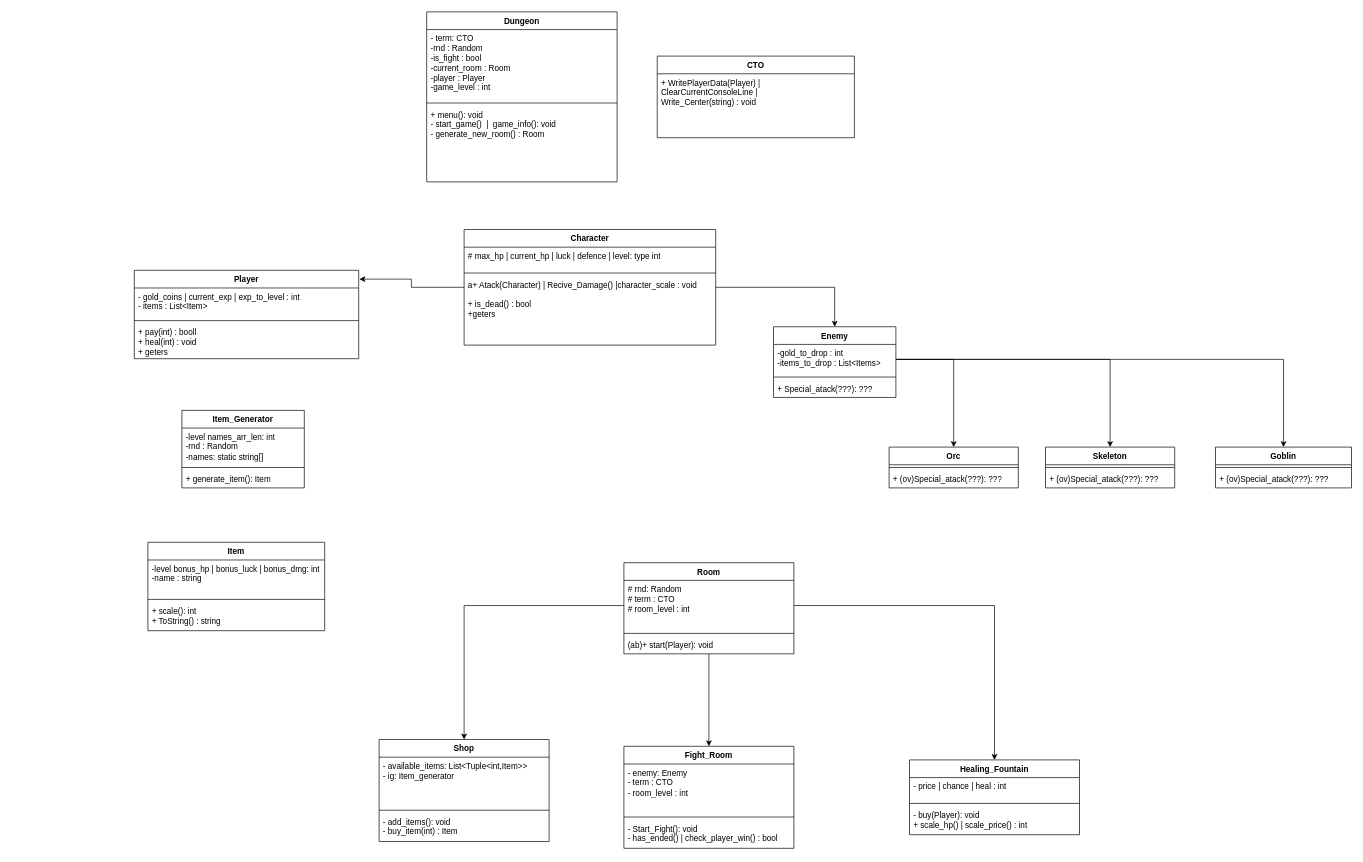
The draw.io diagram Diagram_klas/DE_struktura_klas.drawio in Antonekk/Dungeon-Explorer, before the edit. Source tidied: cells renumbered, new cells numbered last; positions are measured from the earlier drawing's top-left corner, leaving out a move shared by most shapes. Both pictures are drawn from the tidied source at 68%, with x=0, y=0 at pixel (134, 12).
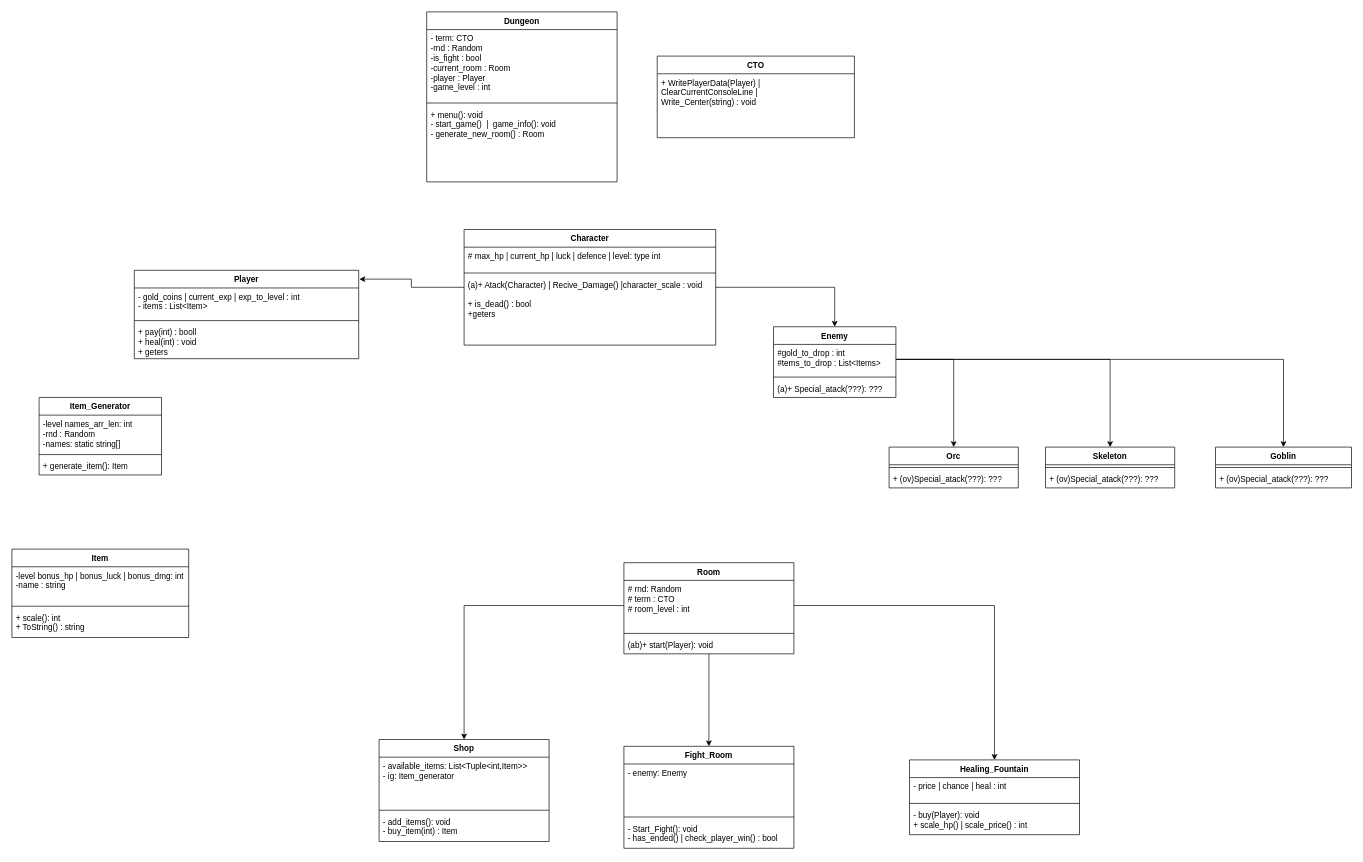
Above is the later version.

Unchanged cells that the change refers to:
```xml
<mxCell id="4" value="Character" style="swimlane;fontStyle=1;align=center;verticalAlign=top;horizontal=1;startSize=26;whiteSpace=wrap;html=1;" parent="1" vertex="1">
  <mxGeometry x="485" y="320" width="370" height="170" as="geometry" />
</mxCell>
<mxCell id="12" value="Enemy" style="swimlane;fontStyle=1;align=center;verticalAlign=top;horizontal=1;startSize=26;whiteSpace=wrap;html=1;" parent="1" vertex="1">
  <mxGeometry x="940" y="463" width="180" height="104" as="geometry" />
</mxCell>
<mxCell id="47" value="Fight_Room" style="swimlane;fontStyle=1;align=center;verticalAlign=top;horizontal=1;startSize=26;whiteSpace=wrap;html=1;" parent="1" vertex="1">
  <mxGeometry x="720" y="1080" width="250" height="150" as="geometry" />
</mxCell>
```

Diff of the diagram source:
```diff
@@
-    <mxCell id="7" value="a+ Atack(Character) | Recive_Damage() |character_scale&lt;span style=&quot;background-color: initial;&quot;&gt;&amp;nbsp;&lt;/span&gt;&lt;span style=&quot;background-color: initial;&quot;&gt;: void&lt;br&gt;&lt;/span&gt;&lt;br&gt;&lt;span style=&quot;background-color: initial;&quot;&gt;+ is_dead() : bool&lt;br&gt;+geters&lt;br&gt;&lt;/span&gt;" style="text;strokeColor=none;fillColor=none;align=left;verticalAlign=top;spacingLeft=4;spacingRight=4;overflow=hidden;whiteSpace=wrap;html=1;" parent="4" vertex="1">
+    <mxCell id="7" value="(a)+ Atack(Character) | Recive_Damage() |character_scale&lt;span style=&quot;background-color: initial;&quot;&gt;&amp;nbsp;&lt;/span&gt;&lt;span style=&quot;background-color: initial;&quot;&gt;: void&lt;br&gt;&lt;/span&gt;&lt;br&gt;&lt;span style=&quot;background-color: initial;&quot;&gt;+ is_dead() : bool&lt;br&gt;+geters&lt;br&gt;&lt;/span&gt;" style="text;strokeColor=none;fillColor=none;align=left;verticalAlign=top;spacingLeft=4;spacingRight=4;overflow=hidden;whiteSpace=wrap;html=1;" parent="4" vertex="1">
       <mxGeometry y="68" width="370" height="102" as="geometry" />
     </mxCell>
@@
-    <mxCell id="13" value="-gold_to_drop : int&lt;br&gt;-items_to_drop : List&amp;lt;Items&amp;gt;" style="text;strokeColor=none;fillColor=none;align=left;verticalAlign=top;spacingLeft=4;spacingRight=4;overflow=hidden;points=[[0,0.5],[1,0.5]];portConstraint=eastwest;whiteSpace=wrap;html=1;" parent="12" vertex="1">
+    <mxCell id="13" value="#gold_to_drop : int&lt;br&gt;#tems_to_drop : List&amp;lt;Items&amp;gt;" style="text;strokeColor=none;fillColor=none;align=left;verticalAlign=top;spacingLeft=4;spacingRight=4;overflow=hidden;points=[[0,0.5],[1,0.5]];portConstraint=eastwest;whiteSpace=wrap;html=1;" parent="12" vertex="1">
       <mxGeometry y="26" width="180" height="44" as="geometry" />
     </mxCell>
@@
-    <mxCell id="15" value="+ Special_atack(???): ???" style="text;strokeColor=none;fillColor=none;align=left;verticalAlign=top;spacingLeft=4;spacingRight=4;overflow=hidden;whiteSpace=wrap;html=1;" parent="12" vertex="1">
+    <mxCell id="15" value="(a)+ Special_atack(???): ???" style="text;strokeColor=none;fillColor=none;align=left;verticalAlign=top;spacingLeft=4;spacingRight=4;overflow=hidden;whiteSpace=wrap;html=1;" parent="12" vertex="1">
       <mxGeometry y="78" width="180" height="26" as="geometry" />
     </mxCell>
@@
     <mxCell id="34" value="Item_Generator" style="swimlane;fontStyle=1;align=center;verticalAlign=top;horizontal=1;startSize=26;whiteSpace=wrap;html=1;" parent="1" vertex="1">
-      <mxGeometry x="70" y="586" width="180" height="114" as="geometry" />
+      <mxGeometry x="-140" y="567" width="180" height="114" as="geometry" />
     </mxCell>
@@
     <mxCell id="38" value="Item" style="swimlane;fontStyle=1;align=center;verticalAlign=top;horizontal=1;startSize=26;whiteSpace=wrap;html=1;" parent="1" vertex="1">
-      <mxGeometry x="20" y="780" width="260" height="130" as="geometry" />
+      <mxGeometry x="-180" y="790" width="260" height="130" as="geometry" />
     </mxCell>
@@
-    <mxCell id="48" value="- enemy: Enemy&lt;br&gt;- term : CTO&lt;br&gt;- room_level : int" style="text;strokeColor=none;fillColor=none;align=left;verticalAlign=top;spacingLeft=4;spacingRight=4;overflow=hidden;whiteSpace=wrap;html=1;" parent="47" vertex="1">
+    <mxCell id="48" value="- enemy: Enemy" style="text;strokeColor=none;fillColor=none;align=left;verticalAlign=top;spacingLeft=4;spacingRight=4;overflow=hidden;whiteSpace=wrap;html=1;" parent="47" vertex="1">
       <mxGeometry y="26" width="250" height="74" as="geometry" />
     </mxCell>
```
